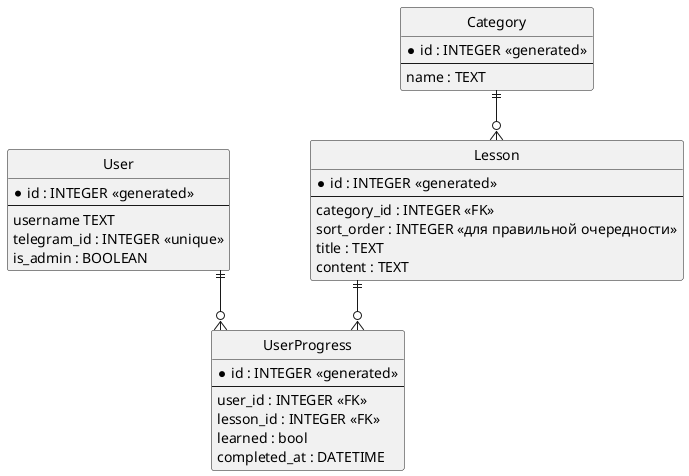
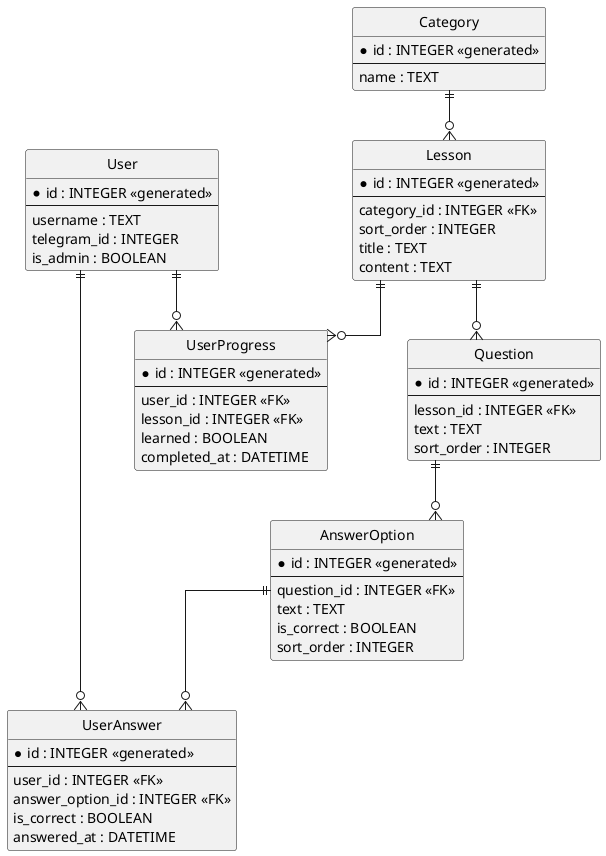
@startuml
hide circle
skinparam linetype ortho
skinparam nodesep 80
skinparam ranksep 50

entity User {
-   * id : INTEGER <<generated>>
-   --
-   username TEXT
-   telegram_id : INTEGER <<unique>>
-   is_admin : BOOLEAN
+ * id : INTEGER <<generated>>
+ --
+ username : TEXT
+ telegram_id : INTEGER
+ is_admin : BOOLEAN
}

entity Category {
-   * id : INTEGER <<generated>>
-   --
-   name : TEXT
+ * id : INTEGER <<generated>>
+ --
+ name : TEXT
}

entity Lesson {
-   * id : INTEGER <<generated>>
-   --
-   category_id : INTEGER <<FK>>
-   sort_order : INTEGER <<для правильной очередности>>
-   title : TEXT
-   content : TEXT
+ * id : INTEGER <<generated>>
+ --
+ category_id : INTEGER <<FK>>
+ sort_order : INTEGER
+ title : TEXT
+ content : TEXT
+ }
+ 
+ entity Question {
+ * id : INTEGER <<generated>>
+ --
+ lesson_id : INTEGER <<FK>>
+ text : TEXT
+ sort_order : INTEGER
+ }
+ 
+ entity AnswerOption {
+ * id : INTEGER <<generated>>
+ --
+ question_id : INTEGER <<FK>>
+ text : TEXT
+ is_correct : BOOLEAN
+ sort_order : INTEGER
}

entity UserProgress {
-   * id : INTEGER <<generated>>
-   --
-   user_id : INTEGER <<FK>>
-   lesson_id : INTEGER <<FK>>
-   learned : bool
-   completed_at : DATETIME
+ * id : INTEGER <<generated>>
+ --
+ user_id : INTEGER <<FK>>
+ lesson_id : INTEGER <<FK>>
+ learned : BOOLEAN
+ completed_at : DATETIME
+ }
+ 
+ entity UserAnswer {
+ * id : INTEGER <<generated>>
+ --
+ user_id : INTEGER <<FK>>
+ answer_option_id : INTEGER <<FK>>
+ is_correct : BOOLEAN
+ answered_at : DATETIME
}

' Связи
Category ||--o{ Lesson
+ Lesson ||--o{ Question
+ Question ||--o{ AnswerOption
User ||--o{ UserProgress
Lesson ||--o{ UserProgress
- @enduml+ User ||--o{ UserAnswer
+ AnswerOption ||--o{ UserAnswer
+ @enduml
